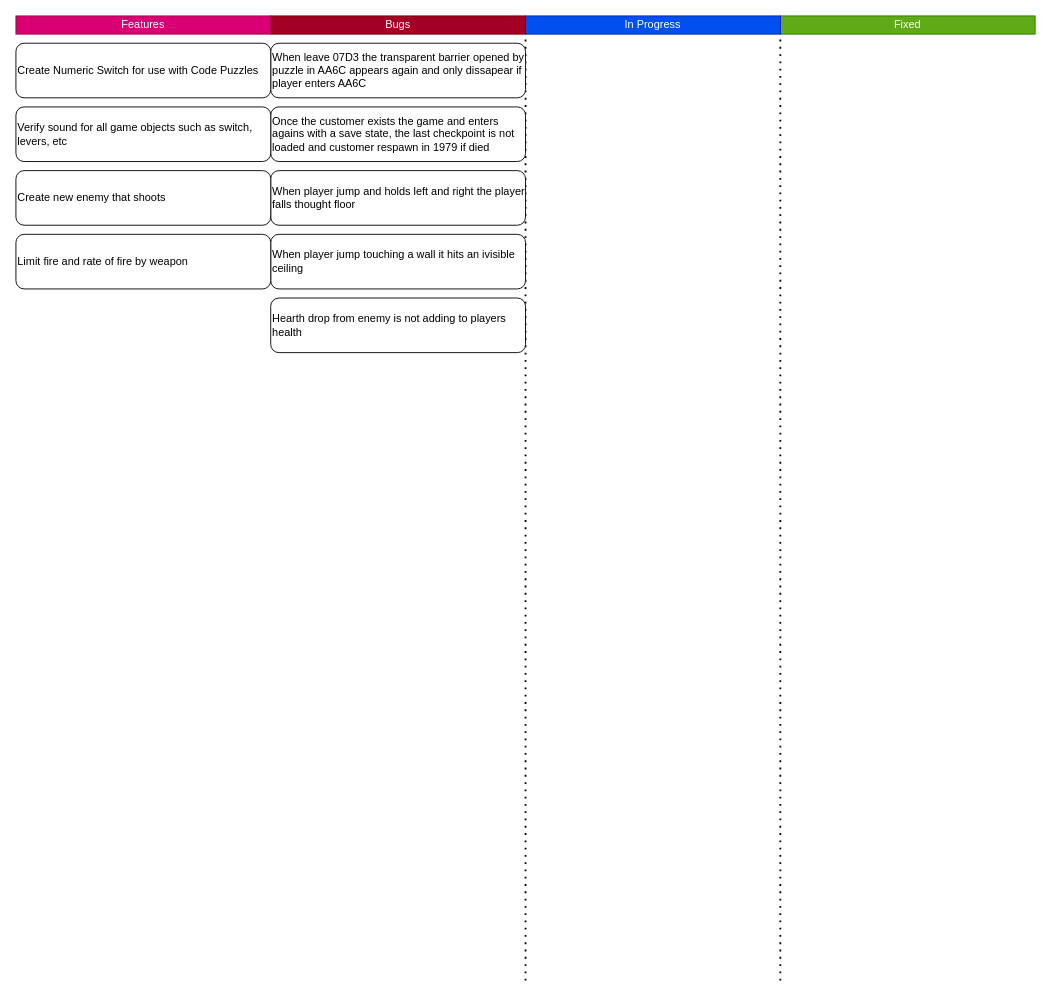
Before: Files/kwonIssues.drawio in arthurklugneto2/platformer, a draw.io diagram. Source tidied: cells renumbered, new cells numbered last; positions are measured from the earlier drawing's top-left corner, leaving out a move shared by most shapes. Both pictures are drawn from the tidied source at 91%, with x=0, y=0 at pixel (15, 15).
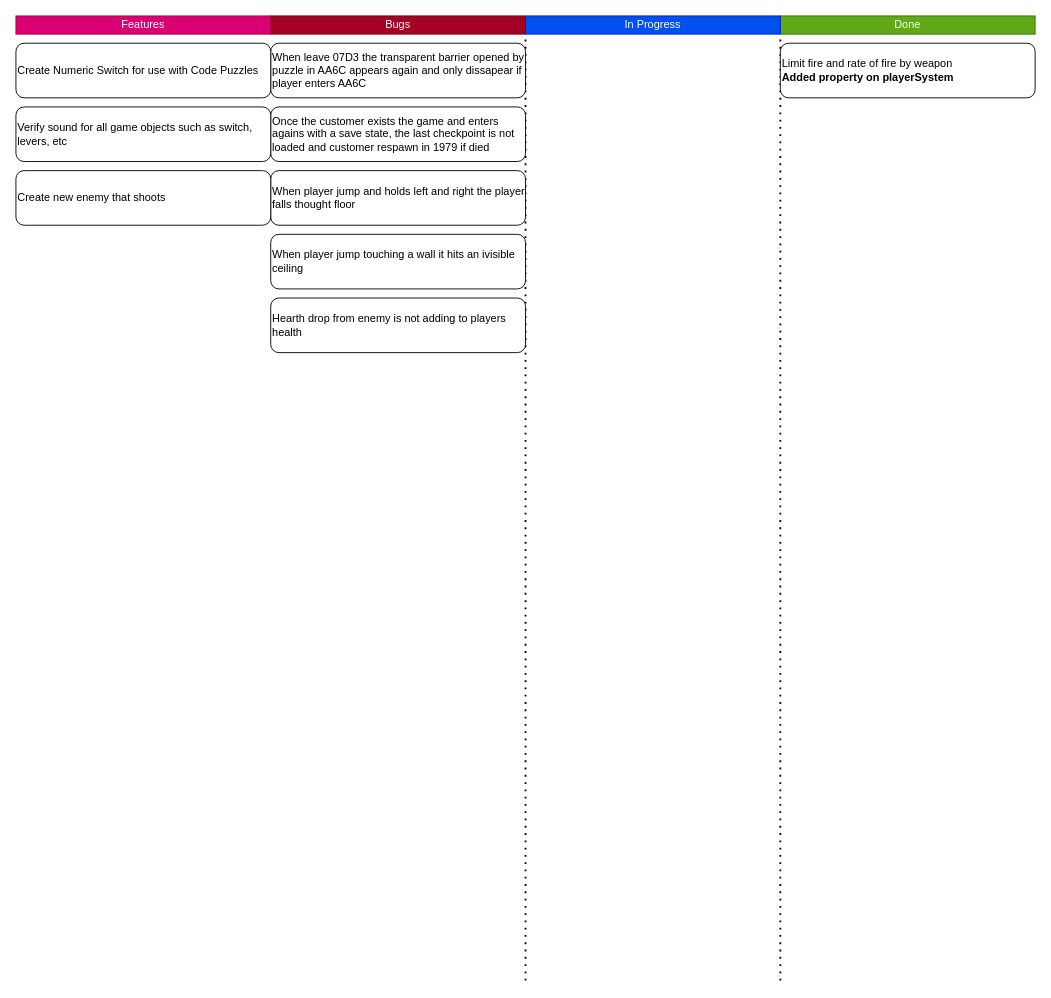
The same diagram, later.

Commit message (it also covers changes not shown here):
adjusted rate of fire based on property on player system

What changed in the source:
```diff
@@
 <mxGraphModel>
   <root>
     <mxCell id="0" />
     <mxCell id="1" parent="0" />
     <mxCell id="2" value="Bugs" style="text;html=1;strokeColor=#6F0000;fillColor=#a20025;align=center;verticalAlign=middle;whiteSpace=wrap;rounded=0;fontColor=#ffffff;" parent="1" vertex="1">
       <mxGeometry x="280" width="280" height="20" as="geometry" />
     </mxCell>
-    <mxCell id="3" value="Fixed" style="text;html=1;strokeColor=#2D7600;fillColor=#60a917;align=center;verticalAlign=middle;whiteSpace=wrap;rounded=0;fontColor=#ffffff;" parent="1" vertex="1">
+    <mxCell id="3" value="Done" style="text;html=1;strokeColor=#2D7600;fillColor=#60a917;align=center;verticalAlign=middle;whiteSpace=wrap;rounded=0;fontColor=#ffffff;" parent="1" vertex="1">
       <mxGeometry x="840" width="280" height="20" as="geometry" />
     </mxCell>
     <mxCell id="4" value="In Progress" style="text;html=1;strokeColor=#001DBC;fillColor=#0050ef;align=center;verticalAlign=middle;whiteSpace=wrap;rounded=0;fontColor=#ffffff;" parent="1" vertex="1">
       <mxGeometry x="560" width="280" height="20" as="geometry" />
     </mxCell>
     <mxCell id="5" style="endArrow=none;dashed=1;html=1;dashPattern=1 3;strokeWidth=2;" parent="1" edge="1">
       <mxGeometry relative="1" as="geometry">
         <mxPoint x="560" y="1060" as="sourcePoint" />
         <mxPoint x="560" y="20" as="targetPoint" />
       </mxGeometry>
     </mxCell>
     <mxCell id="6" style="endArrow=none;dashed=1;html=1;dashPattern=1 3;strokeWidth=2;" parent="1" edge="1">
       <mxGeometry relative="1" as="geometry">
         <mxPoint x="840" y="1060" as="sourcePoint" />
         <mxPoint x="840" y="20" as="targetPoint" />
       </mxGeometry>
     </mxCell>
     <mxCell id="7" value="When leave 07D3 the transparent barrier opened by puzzle in AA6C appears again and only dissapear if player enters AA6C" style="rounded=1;whiteSpace=wrap;html=1;align=left;" parent="1" vertex="1">
       <mxGeometry x="280" y="30" width="280" height="60" as="geometry" />
     </mxCell>
     <mxCell id="8" value="Once the customer exists the game and enters agains with a save state, the last checkpoint is not loaded and customer respawn in 1979 if died" style="rounded=1;whiteSpace=wrap;html=1;align=left;" parent="1" vertex="1">
       <mxGeometry x="280" y="100" width="280" height="60" as="geometry" />
     </mxCell>
     <mxCell id="9" value="When player jump and holds left and right the player falls thought floor" style="rounded=1;whiteSpace=wrap;html=1;align=left;" parent="1" vertex="1">
       <mxGeometry x="280" y="170" width="280" height="60" as="geometry" />
     </mxCell>
     <mxCell id="10" value="When player jump touching a wall it hits an ivisible ceiling" style="rounded=1;whiteSpace=wrap;html=1;align=left;" parent="1" vertex="1">
       <mxGeometry x="280" y="240" width="280" height="60" as="geometry" />
     </mxCell>
     <mxCell id="11" value="Hearth drop from enemy is not adding to players health" style="rounded=1;whiteSpace=wrap;html=1;align=left;" parent="1" vertex="1">
       <mxGeometry x="280" y="310" width="280" height="60" as="geometry" />
     </mxCell>
     <mxCell id="12" value="Features" style="text;html=1;strokeColor=#A50040;fillColor=#d80073;align=center;verticalAlign=middle;whiteSpace=wrap;rounded=0;fontColor=#ffffff;" parent="1" vertex="1">
       <mxGeometry width="280" height="20" as="geometry" />
     </mxCell>
     <mxCell id="13" value="Create Numeric Switch for use with Code Puzzles" style="rounded=1;whiteSpace=wrap;html=1;align=left;" parent="1" vertex="1">
       <mxGeometry y="30" width="280" height="60" as="geometry" />
     </mxCell>
     <mxCell id="14" value="Verify sound for all game objects such as switch, levers, etc" style="rounded=1;whiteSpace=wrap;html=1;align=left;" parent="1" vertex="1">
       <mxGeometry y="100" width="280" height="60" as="geometry" />
     </mxCell>
     <mxCell id="15" value="Create new enemy that shoots" style="rounded=1;whiteSpace=wrap;html=1;align=left;" parent="1" vertex="1">
       <mxGeometry y="170" width="280" height="60" as="geometry" />
     </mxCell>
-    <mxCell id="16" value="Limit fire and rate of fire by weapon" style="rounded=1;whiteSpace=wrap;html=1;align=left;" parent="1" vertex="1">
-      <mxGeometry y="240" width="280" height="60" as="geometry" />
+    <mxCell id="16" value="Limit fire and rate of fire by weapon&lt;br&gt;&lt;b&gt;Added property on playerSystem&lt;/b&gt;" style="rounded=1;whiteSpace=wrap;html=1;align=left;" parent="1" vertex="1">
+      <mxGeometry x="840" y="30" width="280" height="60" as="geometry" />
     </mxCell>
   </root>
 </mxGraphModel>
```
